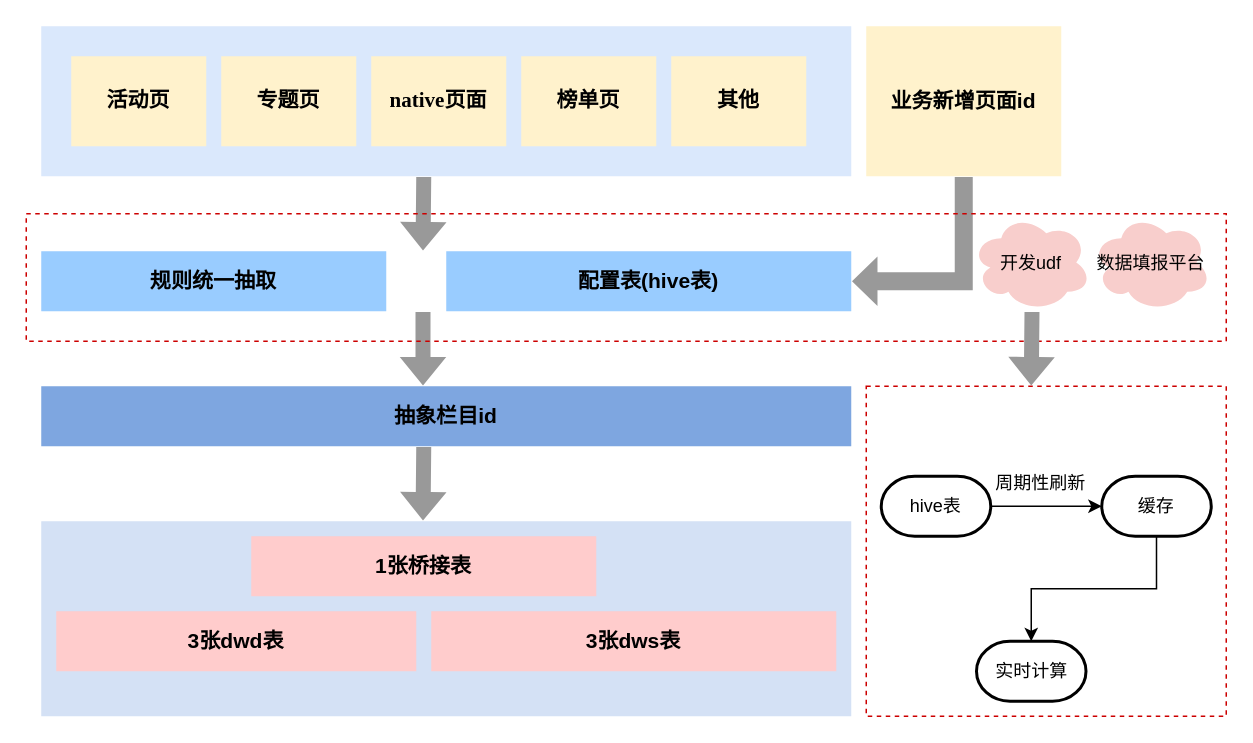
Above: 栏目重构.drawio in mineminemine123/work-wiki (draw.io), before the change. Source tidied: cells renumbered, new cells numbered last; positions are measured from the earlier drawing's top-left corner, leaving out a move shared by most shapes. Both pictures are drawn from the tidied source at 150%, with x=0, y=0 at pixel (26, 26).
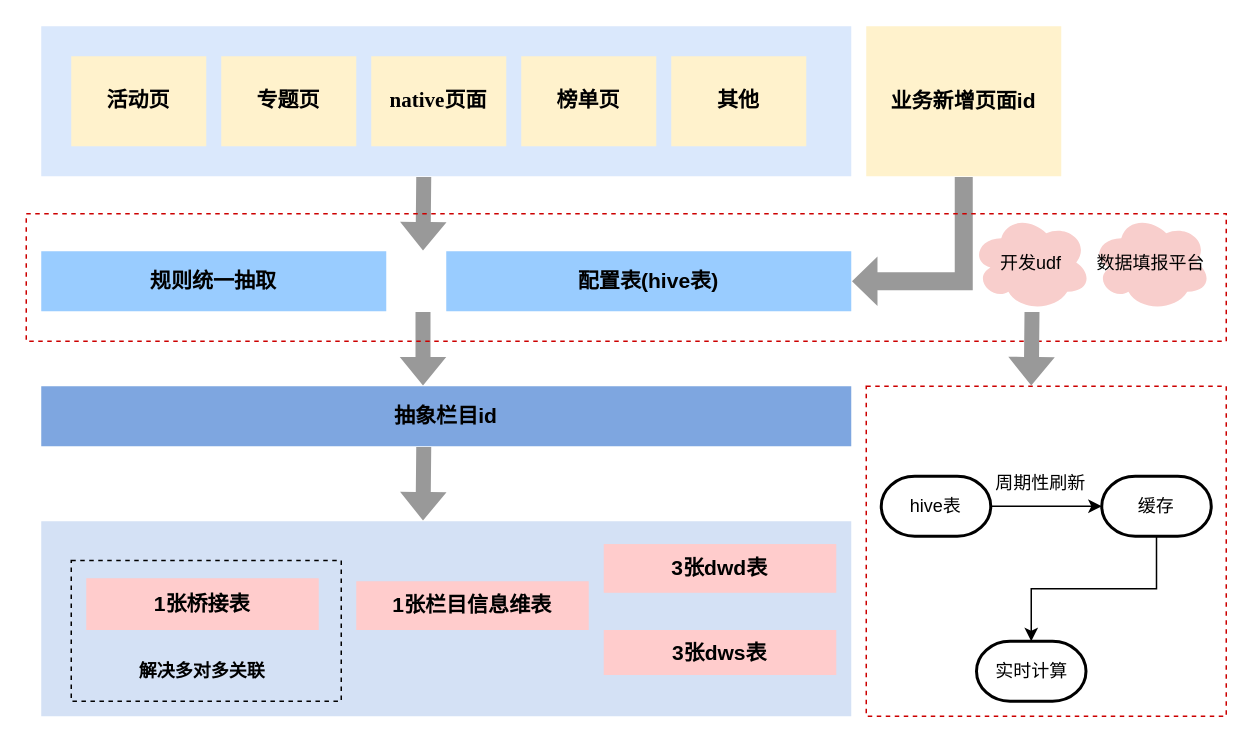
The same diagram, later.

Commit message:
更新栏目重构.drawio

Change to the diagram source:
```diff
@@
-    <mxCell id="2" style="rounded=0;whiteSpace=wrap;html=1;fontColor=none;fillColor=#D4E1F5;strokeColor=none;" parent="1" vertex="1">
+    <mxCell id="2" style="rounded=0;whiteSpace=wrap;html=1;fontColor=none;fillColor=#D4E1F5;strokeColor=none;strokeWidth=2;" parent="1" vertex="1">
       <mxGeometry x="10" y="330" width="540" height="130" as="geometry" />
     </mxCell>
+    <mxCell id="31" style="rounded=0;whiteSpace=wrap;html=1;fillColor=none;dashed=1;" parent="1" vertex="1">
+      <mxGeometry x="30" y="356.2" width="180" height="93.8" as="geometry" />
+    </mxCell>
@@
     <mxCell id="13" value="&lt;h3&gt;1张桥接表&lt;/h3&gt;" style="rounded=0;whiteSpace=wrap;html=1;strokeColor=none;fillColor=#FFCCCC;" parent="1" vertex="1">
-      <mxGeometry x="150" y="340" width="230" height="40" as="geometry" />
+      <mxGeometry x="40" y="368" width="155" height="34.5" as="geometry" />
     </mxCell>
     <mxCell id="14" value="&lt;h3&gt;3张dwd表&lt;/h3&gt;" style="rounded=0;whiteSpace=wrap;html=1;strokeColor=none;fillColor=#FFCCCC;" parent="1" vertex="1">
-      <mxGeometry x="20" y="390" width="240" height="40" as="geometry" />
+      <mxGeometry x="385" y="345.2" width="155" height="32.5" as="geometry" />
     </mxCell>
-    <mxCell id="15" value="&lt;h3&gt;3张dws表&lt;/h3&gt;" style="rounded=0;whiteSpace=wrap;html=1;strokeColor=none;fillColor=#FFCCCC;" parent="1" vertex="1">
-      <mxGeometry x="270" y="390" width="270" height="40" as="geometry" />
-    </mxCell>
@@
+    <mxCell id="32" value="&lt;h3&gt;1张栏目信息维表&lt;/h3&gt;" style="rounded=0;whiteSpace=wrap;html=1;strokeColor=none;fillColor=#FFCCCC;" parent="1" vertex="1">
+      <mxGeometry x="220" y="370" width="155" height="32.5" as="geometry" />
+    </mxCell>
+    <mxCell id="15" value="&lt;h3&gt;3张dws表&lt;/h3&gt;" style="rounded=0;whiteSpace=wrap;html=1;strokeColor=none;fillColor=#FFCCCC;" parent="1" vertex="1">
+      <mxGeometry x="385" y="402.5" width="155" height="30" as="geometry" />
+    </mxCell>
+    <mxCell id="33" value="&lt;h4&gt;解决多对多关联&lt;/h4&gt;" style="text;html=1;strokeColor=none;fillColor=none;align=center;verticalAlign=middle;whiteSpace=wrap;rounded=0;dashed=1;" parent="1" vertex="1">
+      <mxGeometry x="71.2" y="418.8" width="92.5" height="22.5" as="geometry" />
+    </mxCell>
```
